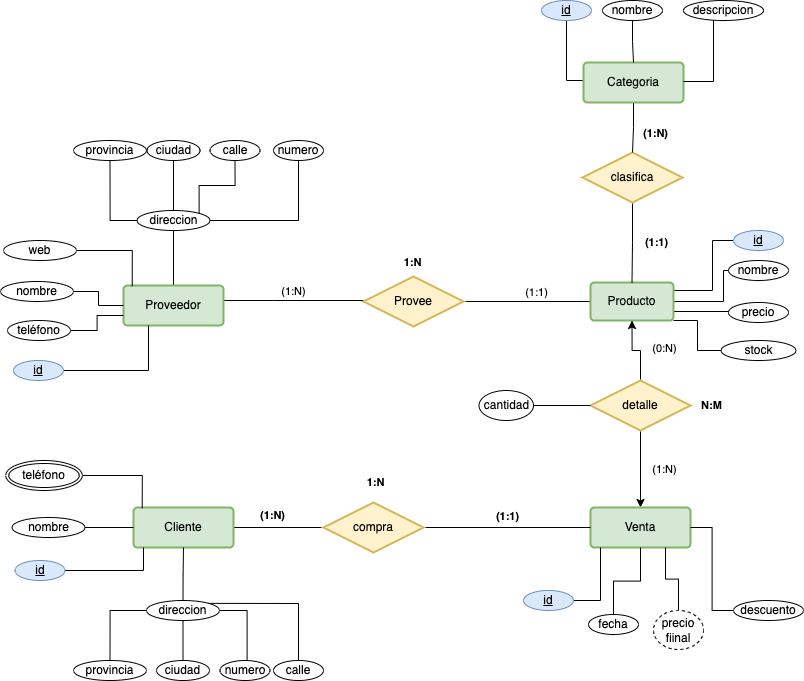
Above: ER/tareas/tarea2/img/sistema-venta-Paso-2.drawio.png in MoisesALH/base-datos (draw.io), before the change. Source tidied: cells renumbered, new cells last; positions are measured from the earlier drawing's top-left corner, leaving out a move shared by most shapes.
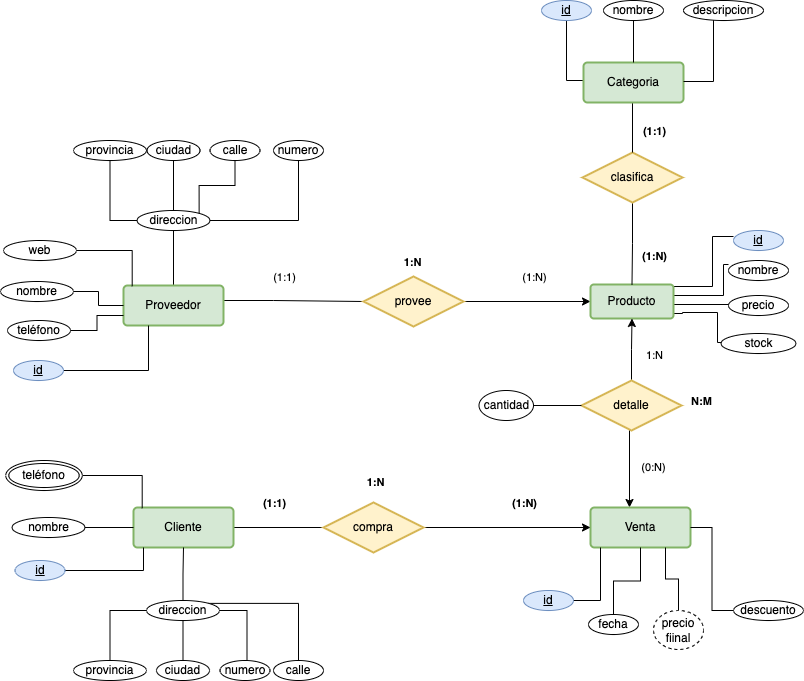
The same file after the commit.

Commit message:
Agregado sistema-venta-Paso-2.drawio.png close #7

What changed in the source:
```diff
@@ -12,7 +12,7 @@
     </mxCell>
     <mxCell id="3" value="(1:N)" style="edgeLabel;html=1;align=center;verticalAlign=middle;" parent="2" vertex="1">
       <mxGeometry x="-0.07" y="1" relative="1" as="geometry">
-        <mxPoint x="3" y="-9" as="offset" />
+        <mxPoint x="245" y="-23" as="offset" />
       </mxGeometry>
     </mxCell>
     <mxCell id="4" style="edgeStyle=orthogonalEdgeStyle;rounded=0;jettySize=auto;html=1;entryX=0.5;entryY=1;entryDx=0;entryDy=0;endArrow=none;endFill=0;" parent="1" edge="1" source="5" target="26">
@@ -21,69 +21,81 @@
     <mxCell id="5" value="Proveedor" style="rounded=1;arcSize=10;whiteSpace=wrap;html=1;align=center;fillColor=#d5e8d4;strokeColor=#82b366;strokeWidth=2;" parent="1" vertex="1">
       <mxGeometry x="123" y="285" width="100" height="40" as="geometry" />
     </mxCell>
-    <mxCell id="6" style="edgeStyle=orthogonalEdgeStyle;rounded=0;jettySize=auto;html=1;startArrow=none;startFill=0;endArrow=none;endFill=0;" parent="1" edge="1" source="8" target="13">
+    <mxCell id="6" style="edgeStyle=orthogonalEdgeStyle;rounded=0;jettySize=auto;html=1;startArrow=none;startFill=0;endArrow=classic;endFill=1;" parent="1" edge="1" source="8" target="13">
       <mxGeometry relative="1" as="geometry" />
     </mxCell>
     <mxCell id="7" value="(1:1)" style="edgeLabel;html=1;align=center;verticalAlign=middle;" parent="6" vertex="1">
       <mxGeometry x="0.2" y="4" relative="1" as="geometry">
-        <mxPoint x="-4" y="-6" as="offset" />
+        <mxPoint x="-256" y="-21" as="offset" />
       </mxGeometry>
     </mxCell>
-    <mxCell id="8" value="Provee" style="shape=rhombus;perimeter=rhombusPerimeter;whiteSpace=wrap;html=1;align=center;strokeWidth=2;fillColor=#fff2cc;strokeColor=#d6b656;" parent="1" vertex="1">
+    <mxCell id="8" value="provee" style="shape=rhombus;perimeter=rhombusPerimeter;whiteSpace=wrap;html=1;align=center;strokeWidth=2;fillColor=#fff2cc;strokeColor=#d6b656;" parent="1" vertex="1">
       <mxGeometry x="363" y="276" width="100" height="50" as="geometry" />
     </mxCell>
-    <mxCell id="9" style="edgeStyle=orthogonalEdgeStyle;rounded=0;jettySize=auto;html=1;entryX=0;entryY=0.5;entryDx=0;entryDy=0;endArrow=none;endFill=0;" parent="1" edge="1" source="13" target="78">
+    <mxCell id="9" style="edgeStyle=orthogonalEdgeStyle;rounded=0;orthogonalLoop=1;jettySize=auto;html=1;entryX=0;entryY=0.5;entryDx=0;entryDy=0;endArrow=none;endFill=0;" parent="1" edge="1">
       <mxGeometry relative="1" as="geometry">
+        <mxPoint x="673" y="286" as="sourcePoint" />
+        <mxPoint x="733" y="236" as="targetPoint" />
         <Array as="points">
-          <mxPoint x="712" y="290" />
-          <mxPoint x="712" y="240" />
+          <mxPoint x="712" y="286" />
+          <mxPoint x="712" y="236" />
         </Array>
       </mxGeometry>
     </mxCell>
-    <mxCell id="10" style="edgeStyle=orthogonalEdgeStyle;rounded=0;jettySize=auto;html=1;entryX=0;entryY=0.5;entryDx=0;entryDy=0;endArrow=none;endFill=0;" parent="1" edge="1" target="79">
+    <mxCell id="10" style="edgeStyle=orthogonalEdgeStyle;rounded=0;orthogonalLoop=1;jettySize=auto;html=1;entryX=0;entryY=0.5;entryDx=0;entryDy=0;endArrow=none;endFill=0;" parent="1" edge="1">
       <mxGeometry relative="1" as="geometry">
-        <mxPoint x="667" y="301" as="sourcePoint" />
+        <mxPoint x="667" y="295" as="sourcePoint" />
+        <mxPoint x="728" y="264" as="targetPoint" />
         <Array as="points">
-          <mxPoint x="723" y="301" />
-          <mxPoint x="723" y="270" />
+          <mxPoint x="723" y="295" />
+          <mxPoint x="723" y="264" />
         </Array>
       </mxGeometry>
     </mxCell>
-    <mxCell id="11" style="edgeStyle=orthogonalEdgeStyle;rounded=0;jettySize=auto;html=1;entryX=0;entryY=0.5;entryDx=0;entryDy=0;endArrow=none;endFill=0;" parent="1" edge="1" source="13" target="81">
+    <mxCell id="11" style="edgeStyle=orthogonalEdgeStyle;rounded=0;orthogonalLoop=1;jettySize=auto;html=1;entryX=0;entryY=0.5;entryDx=0;entryDy=0;endArrow=none;endFill=0;exitX=1;exitY=1;exitDx=0;exitDy=0;" parent="1" edge="1">
       <mxGeometry relative="1" as="geometry">
+        <mxPoint x="673" y="313" as="sourcePoint" />
+        <mxPoint x="740.5" y="342" as="targetPoint" />
         <Array as="points">
-          <mxPoint x="697" y="320" />
-          <mxPoint x="697" y="350" />
+          <mxPoint x="682" y="313" />
+          <mxPoint x="682" y="312" />
+          <mxPoint x="717" y="312" />
+          <mxPoint x="717" y="342" />
         </Array>
       </mxGeometry>
     </mxCell>
     <mxCell id="12" style="edgeStyle=orthogonalEdgeStyle;rounded=0;orthogonalLoop=1;jettySize=auto;html=1;endArrow=none;endFill=0;" parent="1" edge="1">
       <mxGeometry relative="1" as="geometry">
-        <mxPoint x="673" y="311" as="sourcePoint" />
-        <mxPoint x="733" y="311" as="targetPoint" />
+        <mxPoint x="673" y="304" as="sourcePoint" />
+        <mxPoint x="733" y="304" as="targetPoint" />
       </mxGeometry>
     </mxCell>
     <mxCell id="13" value="Producto" style="rounded=1;arcSize=10;whiteSpace=wrap;html=1;align=center;fillColor=#d5e8d4;strokeColor=#82b366;strokeWidth=2;" parent="1" vertex="1">
-      <mxGeometry x="590" y="282" width="83" height="38" as="geometry" />
+      <mxGeometry x="590" y="284" width="83" height="34" as="geometry" />
     </mxCell>
-    <mxCell id="14" style="edgeStyle=orthogonalEdgeStyle;rounded=0;jettySize=auto;html=1;entryX=0.5;entryY=1;entryDx=0;entryDy=0;startArrow=none;startFill=0;endArrow=classic;endFill=1;" parent="1" edge="1" source="18" target="13">
-      <mxGeometry relative="1" as="geometry" />
-    </mxCell>
-    <mxCell id="15" value="(0:N)" style="edgeLabel;html=1;align=center;verticalAlign=middle;" parent="14" vertex="1">
-      <mxGeometry x="-0.49" y="-2" relative="1" as="geometry">
-        <mxPoint x="21" y="-15" as="offset" />
-      </mxGeometry>
-    </mxCell>
-    <mxCell id="16" style="edgeStyle=orthogonalEdgeStyle;rounded=0;jettySize=auto;html=1;entryX=0.5;entryY=0;entryDx=0;entryDy=0;startArrow=none;startFill=0;endArrow=classic;endFill=1;" parent="1" edge="1" source="18" target="19">
-      <mxGeometry relative="1" as="geometry" />
+    <mxCell id="16" style="edgeStyle=orthogonalEdgeStyle;rounded=0;jettySize=auto;html=1;entryX=0.5;entryY=0;entryDx=0;entryDy=0;startArrow=none;startFill=0;endArrow=classic;endFill=1;exitX=0.5;exitY=1;exitDx=0;exitDy=0;" parent="1" edge="1" source="18">
+      <mxGeometry relative="1" as="geometry">
+        <mxPoint x="629" y="507" as="targetPoint" />
+        <Array as="points">
+          <mxPoint x="629" y="430" />
+        </Array>
+      </mxGeometry>
     </mxCell>
-    <mxCell id="17" value="(1:N)" style="edgeLabel;html=1;align=center;verticalAlign=middle;" parent="16" vertex="1">
+    <mxCell id="17" value="(0:N)" style="edgeLabel;html=1;align=center;verticalAlign=middle;" parent="16" vertex="1">
       <mxGeometry x="-0.03" relative="1" as="geometry">
         <mxPoint x="23" as="offset" />
       </mxGeometry>
     </mxCell>
+    <mxCell id="14" style="edgeStyle=orthogonalEdgeStyle;rounded=0;jettySize=auto;html=1;entryX=0.5;entryY=1;entryDx=0;entryDy=0;endArrow=classic;endFill=1;startArrow=none;startFill=0;" parent="1" edge="1" source="18" target="13">
+      <mxGeometry relative="1" as="geometry" />
+    </mxCell>
+    <mxCell id="88" value="1:N" style="edgeLabel;html=1;align=center;verticalAlign=middle;" parent="14" vertex="1">
+      <mxGeometry x="-0.11" relative="1" as="geometry">
+        <mxPoint x="22" y="2" as="offset" />
+      </mxGeometry>
+    </mxCell>
     <mxCell id="18" value="detalle" style="shape=rhombus;perimeter=rhombusPerimeter;whiteSpace=wrap;html=1;align=center;strokeWidth=2;fillColor=#fff2cc;strokeColor=#d6b656;" parent="1" vertex="1">
-      <mxGeometry x="590" y="380" width="100" height="50" as="geometry" />
+      <mxGeometry x="581" y="380" width="100" height="50" as="geometry" />
     </mxCell>
     <mxCell id="19" value="Venta" style="rounded=1;arcSize=10;whiteSpace=wrap;html=1;align=center;fillColor=#d5e8d4;strokeColor=#82b366;strokeWidth=2;" parent="1" vertex="1">
       <mxGeometry x="590" y="507" width="100" height="40" as="geometry" />
@@ -94,7 +106,7 @@
       </mxGeometry>
     </mxCell>
     <mxCell id="21" value="&lt;b&gt;N:M&lt;/b&gt;" style="edgeLabel;html=1;align=center;verticalAlign=middle;" parent="1" vertex="1">
-      <mxGeometry x="683" y="364" as="geometry">
+      <mxGeometry x="673" y="360" as="geometry">
         <mxPoint x="27" y="40" as="offset" />
       </mxGeometry>
     </mxCell>
@@ -146,7 +158,7 @@
     </mxCell>
     <mxCell id="36" value="&lt;b&gt;(1:N)&lt;/b&gt;" style="edgeLabel;html=1;align=center;verticalAlign=middle;" parent="35" vertex="1">
       <mxGeometry x="-0.17" y="1" relative="1" as="geometry">
-        <mxPoint y="-12" as="offset" />
+        <mxPoint x="253" y="-24" as="offset" />
       </mxGeometry>
     </mxCell>
     <mxCell id="37" value="Cliente" style="rounded=1;arcSize=10;whiteSpace=wrap;html=1;align=center;fillColor=#d5e8d4;strokeColor=#82b366;strokeWidth=2;" parent="1" vertex="1">
@@ -195,12 +207,12 @@
     <mxCell id="50" value="nombre" style="ellipse;whiteSpace=wrap;html=1;align=center;strokeWidth=1;" parent="1" vertex="1">
       <mxGeometry x="11.5" y="517" width="73" height="20" as="geometry" />
     </mxCell>
-    <mxCell id="51" style="edgeStyle=orthogonalEdgeStyle;rounded=0;jettySize=auto;html=1;entryX=0;entryY=0.5;entryDx=0;entryDy=0;endArrow=none;endFill=0;" parent="1" edge="1" source="53" target="19">
+    <mxCell id="51" style="edgeStyle=orthogonalEdgeStyle;rounded=0;jettySize=auto;html=1;entryX=0;entryY=0.5;entryDx=0;entryDy=0;endArrow=classic;endFill=1;" parent="1" edge="1" source="53" target="19">
       <mxGeometry relative="1" as="geometry" />
     </mxCell>
     <mxCell id="52" value="&lt;b&gt;(1:1)&lt;/b&gt;" style="edgeLabel;html=1;align=center;verticalAlign=middle;" parent="51" vertex="1">
       <mxGeometry x="0.02" y="1" relative="1" as="geometry">
-        <mxPoint x="-1" y="-11" as="offset" />
+        <mxPoint x="-235" y="-24" as="offset" />
       </mxGeometry>
     </mxCell>
     <mxCell id="53" value="compra" style="shape=rhombus;perimeter=rhombusPerimeter;whiteSpace=wrap;html=1;align=center;strokeWidth=2;fillColor=#fff2cc;strokeColor=#d6b656;" parent="1" vertex="1">
@@ -236,20 +248,26 @@
     <mxCell id="62" style="edgeStyle=orthogonalEdgeStyle;rounded=0;jettySize=auto;html=1;entryX=0.5;entryY=0;entryDx=0;entryDy=0;endArrow=none;endFill=0;" parent="1" edge="1" source="64" target="13">
       <mxGeometry relative="1" as="geometry" />
     </mxCell>
-    <mxCell id="63" value="(1:1)" style="edgeLabel;html=1;align=center;verticalAlign=middle;fontStyle=1;" parent="62" vertex="1">
+    <mxCell id="63" value="(1:N)" style="edgeLabel;html=1;align=center;verticalAlign=middle;fontStyle=1;" parent="62" vertex="1">
       <mxGeometry x="0.22" y="1" relative="1" as="geometry">
-        <mxPoint x="22" y="-9" as="offset" />
+        <mxPoint x="21" y="4" as="offset" />
       </mxGeometry>
     </mxCell>
     <mxCell id="64" value="clasifica" style="shape=rhombus;perimeter=rhombusPerimeter;whiteSpace=wrap;html=1;align=center;strokeWidth=2;fillColor=#fff2cc;strokeColor=#d6b656;" parent="1" vertex="1">
       <mxGeometry x="582" y="152" width="100" height="50" as="geometry" />
     </mxCell>
-    <mxCell id="65" style="edgeStyle=orthogonalEdgeStyle;rounded=0;jettySize=auto;html=1;endArrow=none;endFill=0;" parent="1" edge="1" source="68" target="64">
-      <mxGeometry relative="1" as="geometry" />
+    <mxCell id="65" style="edgeStyle=orthogonalEdgeStyle;rounded=0;orthogonalLoop=1;jettySize=auto;html=1;endArrow=none;endFill=0;" parent="1" edge="1">
+      <mxGeometry relative="1" as="geometry">
+        <mxPoint x="633" y="102" as="sourcePoint" />
+        <mxPoint x="632" y="152" as="targetPoint" />
+        <Array as="points">
+          <mxPoint x="632" y="102" />
+        </Array>
+      </mxGeometry>
     </mxCell>
-    <mxCell id="66" value="(1:N)" style="edgeLabel;html=1;align=center;verticalAlign=middle;fontStyle=1;" parent="65" vertex="1">
+    <mxCell id="66" value="(1:1)" style="edgeLabel;html=1;align=center;verticalAlign=middle;fontStyle=1;" parent="65" vertex="1">
       <mxGeometry x="0.62" y="-2" relative="1" as="geometry">
-        <mxPoint x="24" y="-11" as="offset" />
+        <mxPoint x="23" y="-12" as="offset" />
       </mxGeometry>
     </mxCell>
     <mxCell id="67" style="edgeStyle=orthogonalEdgeStyle;rounded=0;jettySize=auto;html=1;entryX=0.5;entryY=1;entryDx=0;entryDy=0;endArrow=none;endFill=0;" parent="1" edge="1" source="68" target="69">
@@ -269,7 +287,7 @@
       <mxGeometry relative="1" as="geometry" />
     </mxCell>
     <mxCell id="71" value="nombre" style="ellipse;whiteSpace=wrap;html=1;align=center;strokeWidth=1;" parent="1" vertex="1">
-      <mxGeometry x="602" width="60" height="20" as="geometry" />
+      <mxGeometry x="603" width="60" height="20" as="geometry" />
     </mxCell>
     <mxCell id="72" style="edgeStyle=orthogonalEdgeStyle;rounded=0;orthogonalLoop=1;jettySize=auto;html=1;entryX=1;entryY=0.75;entryDx=0;entryDy=0;endArrow=none;endFill=0;" parent="1" edge="1">
       <mxGeometry relative="1" as="geometry">
@@ -308,10 +326,10 @@
       <mxGeometry x="728" y="260" width="60" height="20" as="geometry" />
     </mxCell>
     <mxCell id="80" value="precio" style="ellipse;whiteSpace=wrap;html=1;align=center;strokeWidth=1;" parent="1" vertex="1">
-      <mxGeometry x="728" y="302" width="60" height="20" as="geometry" />
+      <mxGeometry x="728" y="295" width="60" height="20" as="geometry" />
     </mxCell>
     <mxCell id="81" value="stock" style="ellipse;whiteSpace=wrap;html=1;align=center;strokeWidth=1;" parent="1" vertex="1">
-      <mxGeometry x="720.5" y="340" width="75" height="20" as="geometry" />
+      <mxGeometry x="720.5" y="333" width="75" height="20" as="geometry" />
     </mxCell>
     <mxCell id="82" style="edgeStyle=orthogonalEdgeStyle;rounded=0;jettySize=auto;html=1;entryX=0;entryY=0.5;entryDx=0;entryDy=0;endArrow=none;endFill=0;" parent="1" edge="1" source="83" target="18">
       <mxGeometry relative="1" as="geometry" />
```
